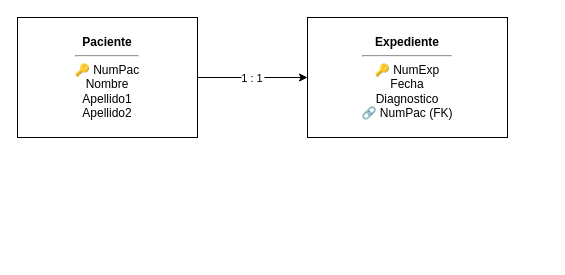
Above: 02-Modelado-basededatos/ER-a R/Relacional/1R_Paciente_Expediente(1).drawio in Emmanuel168HF/BaseDatos (draw.io), before the change. Source tidied: cells renumbered, new cells numbered last; positions are measured from the earlier drawing's top-left corner, leaving out a move shared by most shapes. Both pictures are drawn from the tidied source at 100%, with x=0, y=0 at pixel (17, 17).
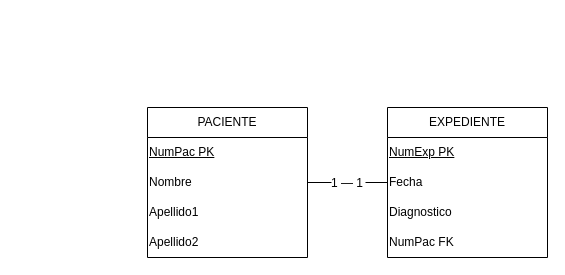
The same page after the edit.

What changed in the source:
```diff
@@
 <mxGraphModel>
   <root>
     <mxCell id="0" />
     <mxCell id="1" parent="0" />
-    <mxCell id="2" value="&lt;b&gt;Paciente&lt;/b&gt;&lt;hr/&gt;🔑 NumPac&lt;br/&gt;Nombre&lt;br/&gt;Apellido1&lt;br/&gt;Apellido2" style="rounded=0;whiteSpace=wrap;html=1;" parent="1" vertex="1">
-      <mxGeometry width="180" height="120" as="geometry" />
-    </mxCell>
-    <mxCell id="3" value="&lt;b&gt;Expediente&lt;/b&gt;&lt;hr/&gt;🔑 NumExp&lt;br/&gt;Fecha&lt;br/&gt;Diagnostico&lt;br/&gt;🔗 NumPac (FK)" style="rounded=0;whiteSpace=wrap;html=1;" parent="1" vertex="1">
-      <mxGeometry x="290" width="200" height="120" as="geometry" />
-    </mxCell>
-    <mxCell id="4" value="1 : 1" parent="1" edge="1" source="2" target="3">
-      <mxGeometry relative="1" as="geometry" />
-    </mxCell>
+    <mxCell id="5" value="PACIENTE" style="swimlane;fontStyle=0;horizontal=1;startSize=30;whiteSpace=wrap;html=1;" parent="1" vertex="1">
+      <mxGeometry x="130" y="90" width="160" height="150" as="geometry" />
+    </mxCell>
+    <mxCell id="6" value="&lt;u&gt;NumPac PK&lt;/u&gt;" style="text;strokeColor=none;fillColor=none;align=left;verticalAlign=middle;html=1;" parent="5" vertex="1">
+      <mxGeometry y="30" width="160" height="30" as="geometry" />
+    </mxCell>
+    <mxCell id="7" value="Nombre" style="text;strokeColor=none;fillColor=none;align=left;verticalAlign=middle;html=1;" parent="5" vertex="1">
+      <mxGeometry y="60" width="160" height="30" as="geometry" />
+    </mxCell>
+    <mxCell id="8" value="Apellido1" style="text;strokeColor=none;fillColor=none;align=left;verticalAlign=middle;html=1;" parent="5" vertex="1">
+      <mxGeometry y="90" width="160" height="30" as="geometry" />
+    </mxCell>
+    <mxCell id="9" value="Apellido2" style="text;strokeColor=none;fillColor=none;align=left;verticalAlign=middle;html=1;" parent="5" vertex="1">
+      <mxGeometry y="120" width="160" height="30" as="geometry" />
+    </mxCell>
+    <mxCell id="10" value="EXPEDIENTE" style="swimlane;fontStyle=0;horizontal=1;startSize=30;whiteSpace=wrap;html=1;" parent="1" vertex="1">
+      <mxGeometry x="370" y="90" width="160" height="150" as="geometry" />
+    </mxCell>
+    <mxCell id="11" value="&lt;u&gt;NumExp PK&lt;/u&gt;" style="text;strokeColor=none;fillColor=none;align=left;verticalAlign=middle;html=1;" parent="10" vertex="1">
+      <mxGeometry y="30" width="160" height="30" as="geometry" />
+    </mxCell>
+    <mxCell id="12" value="Fecha" style="text;strokeColor=none;fillColor=none;align=left;verticalAlign=middle;html=1;" parent="10" vertex="1">
+      <mxGeometry y="60" width="160" height="30" as="geometry" />
+    </mxCell>
+    <mxCell id="13" value="Diagnostico" style="text;strokeColor=none;fillColor=none;align=left;verticalAlign=middle;html=1;" parent="10" vertex="1">
+      <mxGeometry y="90" width="160" height="30" as="geometry" />
+    </mxCell>
+    <mxCell id="14" value="NumPac FK" style="text;strokeColor=none;fillColor=none;align=left;verticalAlign=middle;html=1;" parent="10" vertex="1">
+      <mxGeometry y="120" width="160" height="30" as="geometry" />
+    </mxCell>
+    <mxCell id="15" value="1 — 1" style="endArrow=none;fontSize=12;" parent="1" edge="1" source="5" target="10">
+      <mxGeometry relative="1" as="geometry" />
+    </mxCell>
   </root>
 </mxGraphModel>
```
